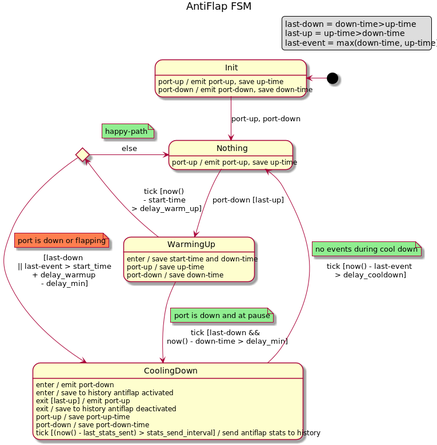
Earlier version of the PlantUML export docs/design/network-discovery/AF-FSM.png (telstra/open-kilda).
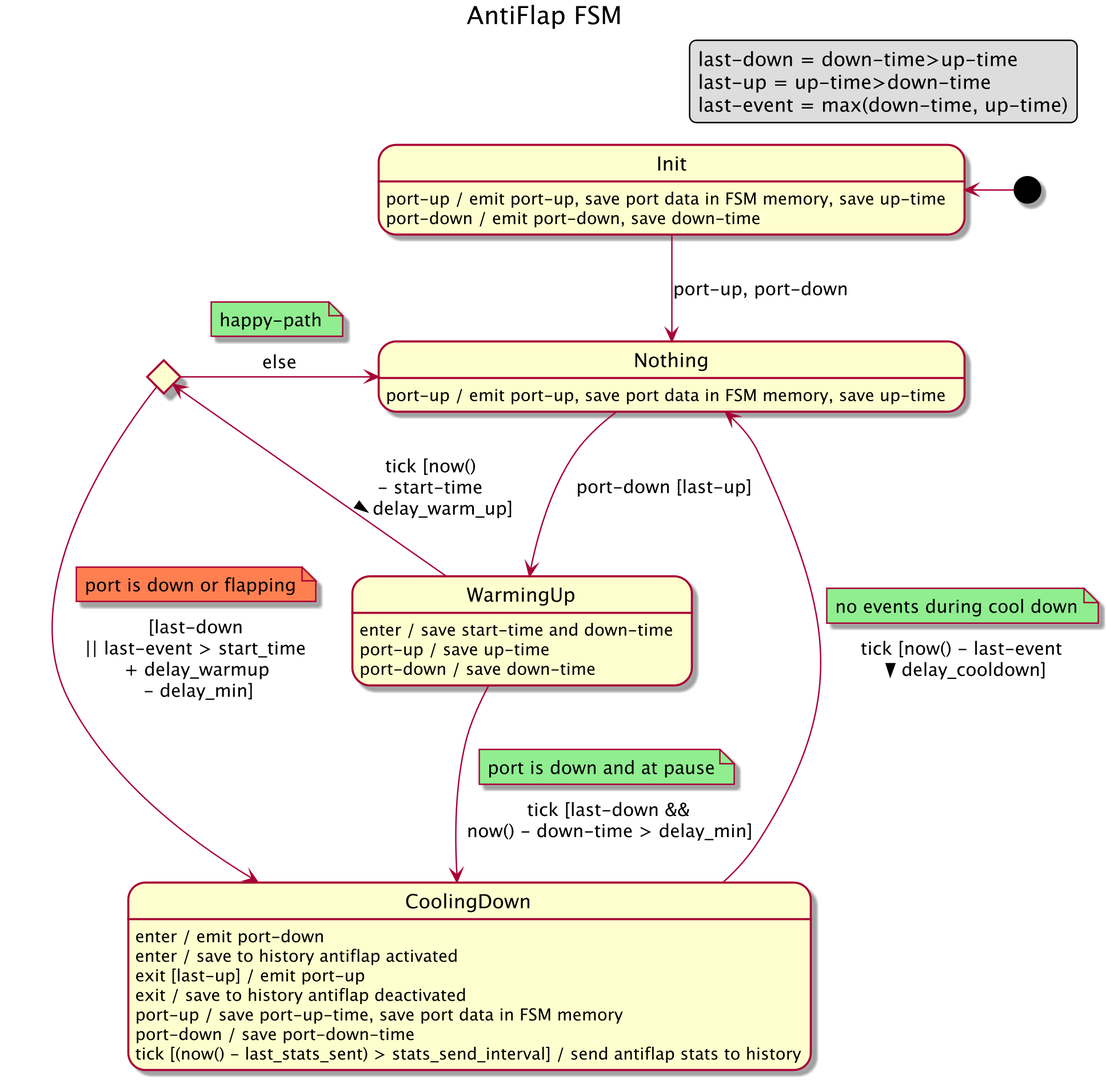
After the change.

Diff of the diagram source:
```diff
@@ -1,5 +1,7 @@
 @startuml
 title AntiFlap FSM
+scale 1358 width
+scale 1904 height
 legend top right
     last-down = down-time>up-time
     last-up = up-time>down-time
@@ -9,12 +11,12 @@
 [*] -l-> Init
 
 Init --> Nothing : port-up, port-down
-Init: port-up / emit port-up, save up-time
+Init: port-up / emit port-up, save port data in FSM memory, save up-time
 Init: port-down / emit port-down, save down-time
 
 state WarmingUpEnded <<choice>>
 
-Nothing: port-up / emit port-up, save up-time
+Nothing: port-up / emit port-up, save port data in FSM memory, save up-time
 Nothing -d-> WarmingUp : port-down [last-up]
 
 WarmingUp: enter / save start-time and down-time
@@ -33,7 +35,7 @@
 CoolingDown: enter / save to history antiflap activated
 CoolingDown: exit [last-up] / emit port-up
 CoolingDown: exit / save to history antiflap deactivated
-CoolingDown: port-up / save port-up-time
+CoolingDown: port-up / save port-up-time, save port data in FSM memory
 CoolingDown: port-down / save port-down-time
 CoolingDown: tick [(now() - last_stats_sent) > stats_send_interval] / send antiflap stats to history
 CoolingDown -u-> Nothing : tick [now() - last-event \n> delay_cooldown]
```
